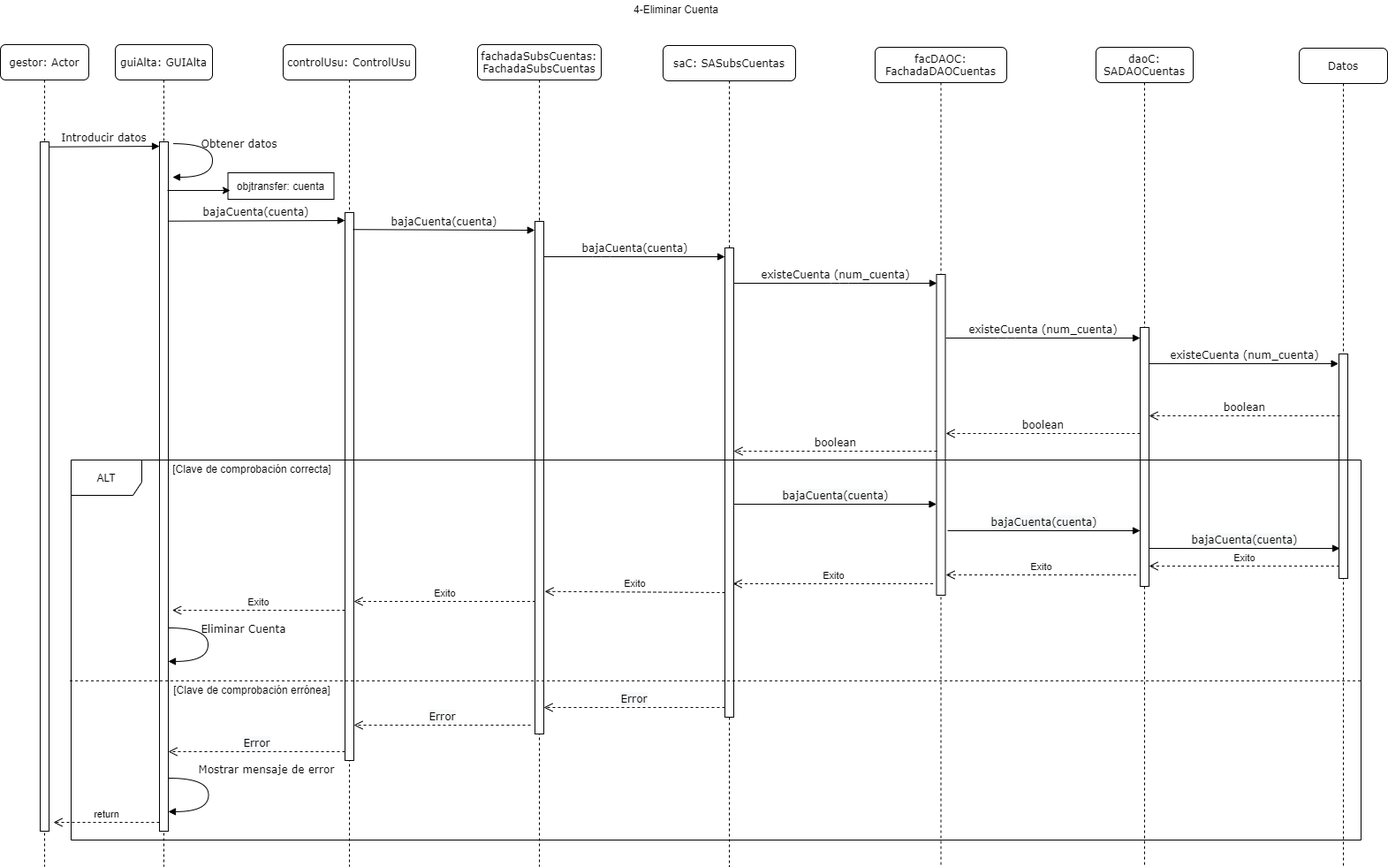
ALK222/BanqueoIS2 keeps this draw.io diagram as docs/diagramas_gui_y_secuencias/images/eliminar_cuenta.png. Above is the earlier version. Source tidied: cells renumbered, new cells last; positions are measured from the earlier drawing's top-left corner, leaving out a move shared by most shapes.
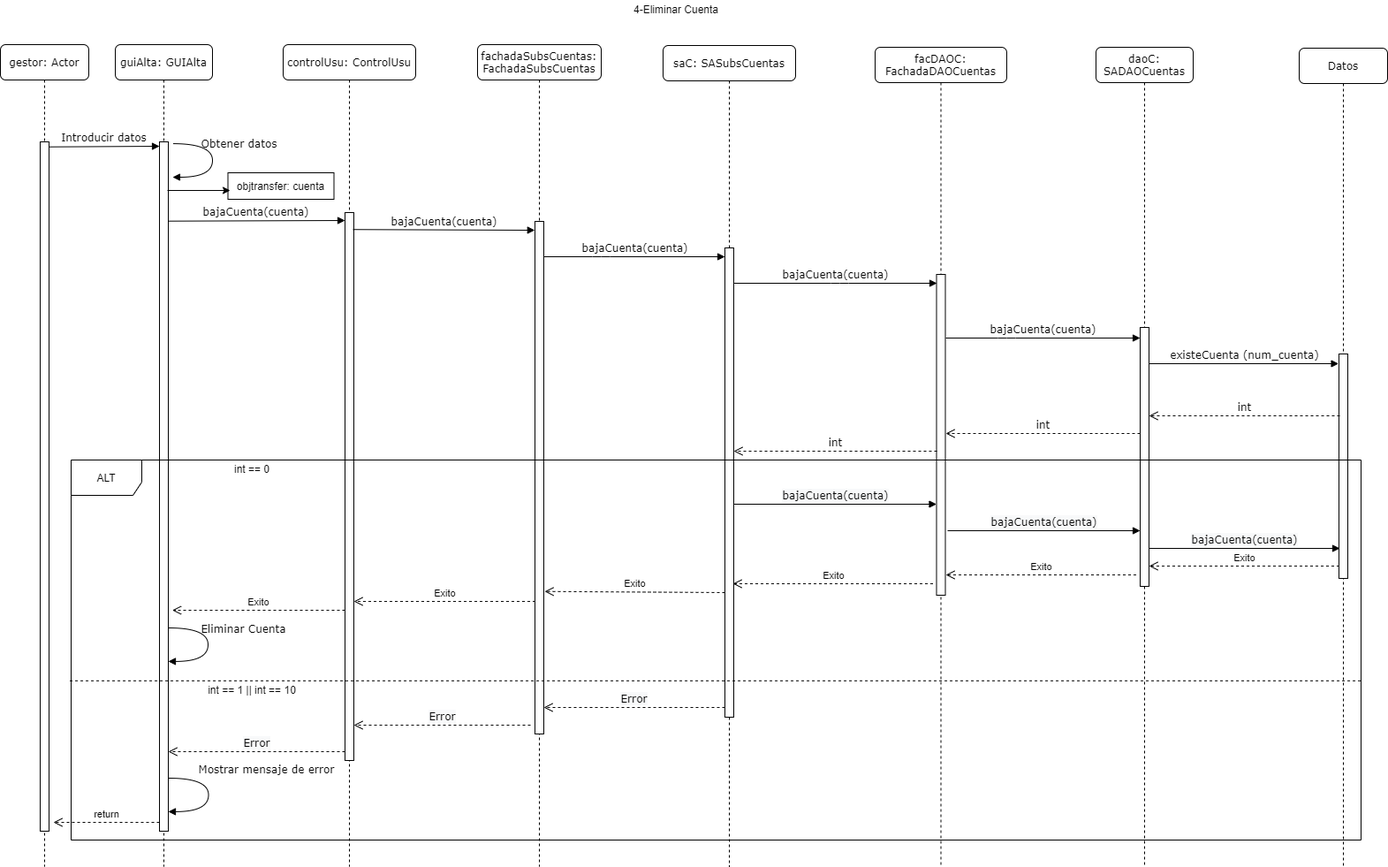
The same file after the commit.

Diff of the diagram source:
```diff
@@ -92,7 +92,7 @@
         </Array>
       </mxGeometry>
     </mxCell>
-    <mxCell id="24" value="existeCuenta (num_cuenta)" style="html=1;verticalAlign=bottom;endArrow=block;labelBackgroundColor=none;fontFamily=Verdana;fontSize=12;edgeStyle=elbowEdgeStyle;elbow=vertical;" parent="1" edge="1">
+    <mxCell id="24" value="bajaCuenta(cuenta)" style="html=1;verticalAlign=bottom;endArrow=block;labelBackgroundColor=none;fontFamily=Verdana;fontSize=12;edgeStyle=elbowEdgeStyle;elbow=vertical;" parent="1" edge="1">
       <mxGeometry relative="1" as="geometry">
         <mxPoint x="830" y="320" as="sourcePoint" />
         <mxPoint x="1060" y="320" as="targetPoint" />
@@ -111,7 +111,7 @@
         </Array>
       </mxGeometry>
     </mxCell>
-    <mxCell id="25" value="existeCuenta (num_cuenta)" style="html=1;verticalAlign=bottom;endArrow=block;labelBackgroundColor=none;fontFamily=Verdana;fontSize=12;edgeStyle=elbowEdgeStyle;elbow=vertical;" parent="1" edge="1">
+    <mxCell id="25" value="bajaCuenta(cuenta)" style="html=1;verticalAlign=bottom;endArrow=block;labelBackgroundColor=none;fontFamily=Verdana;fontSize=12;edgeStyle=elbowEdgeStyle;elbow=vertical;" parent="1" edge="1">
       <mxGeometry relative="1" as="geometry">
         <mxPoint x="1070" y="382" as="sourcePoint" />
         <mxPoint x="1290" y="382" as="targetPoint" />
@@ -136,19 +136,19 @@
         </Array>
       </mxGeometry>
     </mxCell>
-    <mxCell id="27" value="boolean" style="html=1;verticalAlign=bottom;endArrow=open;dashed=1;endSize=8;labelBackgroundColor=none;fontFamily=Verdana;fontSize=12;" parent="1" edge="1">
+    <mxCell id="27" value="int" style="html=1;verticalAlign=bottom;endArrow=open;dashed=1;endSize=8;labelBackgroundColor=none;fontFamily=Verdana;fontSize=12;" parent="1" edge="1">
       <mxGeometry relative="1" as="geometry">
         <mxPoint x="1516" y="470" as="sourcePoint" />
         <mxPoint x="1300" y="470" as="targetPoint" />
       </mxGeometry>
     </mxCell>
-    <mxCell id="28" value="boolean" style="html=1;verticalAlign=bottom;endArrow=open;dashed=1;endSize=8;labelBackgroundColor=none;fontFamily=Verdana;fontSize=12;" parent="1" edge="1">
+    <mxCell id="28" value="int" style="html=1;verticalAlign=bottom;endArrow=open;dashed=1;endSize=8;labelBackgroundColor=none;fontFamily=Verdana;fontSize=12;" parent="1" edge="1">
       <mxGeometry relative="1" as="geometry">
         <mxPoint x="1290" y="490" as="sourcePoint" />
         <mxPoint x="1070" y="490" as="targetPoint" />
       </mxGeometry>
     </mxCell>
-    <mxCell id="29" value="boolean" style="html=1;verticalAlign=bottom;endArrow=open;dashed=1;endSize=8;labelBackgroundColor=none;fontFamily=Verdana;fontSize=12;" parent="1" edge="1">
+    <mxCell id="29" value="int" style="html=1;verticalAlign=bottom;endArrow=open;dashed=1;endSize=8;labelBackgroundColor=none;fontFamily=Verdana;fontSize=12;" parent="1" edge="1">
       <mxGeometry relative="1" as="geometry">
         <mxPoint x="1060" y="510" as="sourcePoint" />
         <mxPoint x="830" y="510" as="targetPoint" />
@@ -171,10 +171,10 @@
     <mxCell id="32" style="endArrow=none;dashed=1;html=1;exitX=-0.001;exitY=0.581;exitDx=0;exitDy=0;exitPerimeter=0;entryX=1.001;entryY=0.581;entryDx=0;entryDy=0;entryPerimeter=0;" parent="1" edge="1" source="30" target="30">
       <mxGeometry relative="1" as="geometry" />
     </mxCell>
-    <mxCell id="33" value="[Clave de comprobación correcta]" style="text;html=1;strokeColor=none;fillColor=none;align=center;verticalAlign=middle;whiteSpace=wrap;rounded=0;" parent="1" vertex="1">
+    <mxCell id="33" value="int == 0" style="text;html=1;strokeColor=none;fillColor=none;align=center;verticalAlign=middle;whiteSpace=wrap;rounded=0;" parent="1" vertex="1">
       <mxGeometry x="190" y="520" width="190" height="20" as="geometry" />
     </mxCell>
-    <mxCell id="34" value="[Clave de comprobación errónea]" style="text;html=1;strokeColor=none;fillColor=none;align=center;verticalAlign=middle;whiteSpace=wrap;rounded=0;" parent="1" vertex="1">
+    <mxCell id="34" value="int == 1 || int == 10" style="text;html=1;strokeColor=none;fillColor=none;align=center;verticalAlign=middle;whiteSpace=wrap;rounded=0;" parent="1" vertex="1">
       <mxGeometry x="190" y="770" width="190" height="20" as="geometry" />
     </mxCell>
     <mxCell id="35" value="&lt;span style=&quot;font-family: &amp;#34;verdana&amp;#34; ; font-size: 12px ; background-color: rgb(248 , 249 , 250)&quot;&gt;Error&lt;/span&gt;" style="html=1;verticalAlign=bottom;endArrow=open;dashed=1;endSize=8;" parent="1" edge="1">
```
